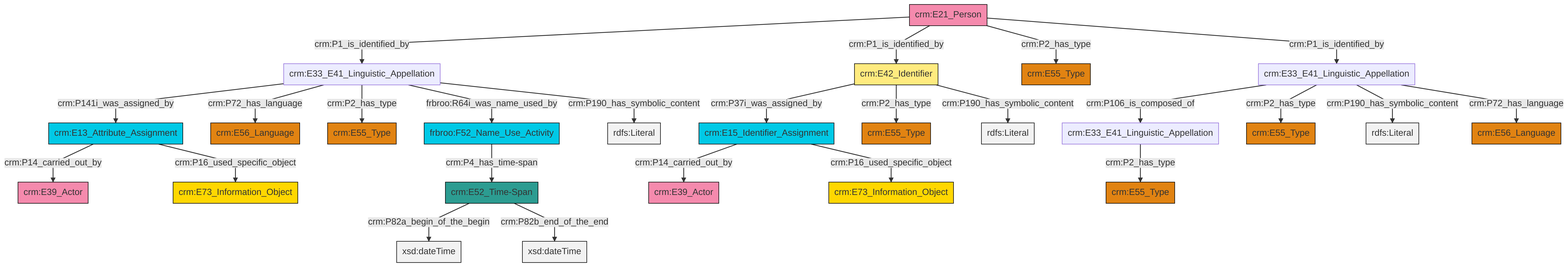
The Mermaid diagram et/personCSV/ttl/mmd/png/Person_Names_and_Classification.png in swiss-art-research-net/docs.swissartresearch, before a commit. Its source is kept beside it as et/personCSV/ttl/mmd/Person_Names_and_Classification.ttl.mmd.
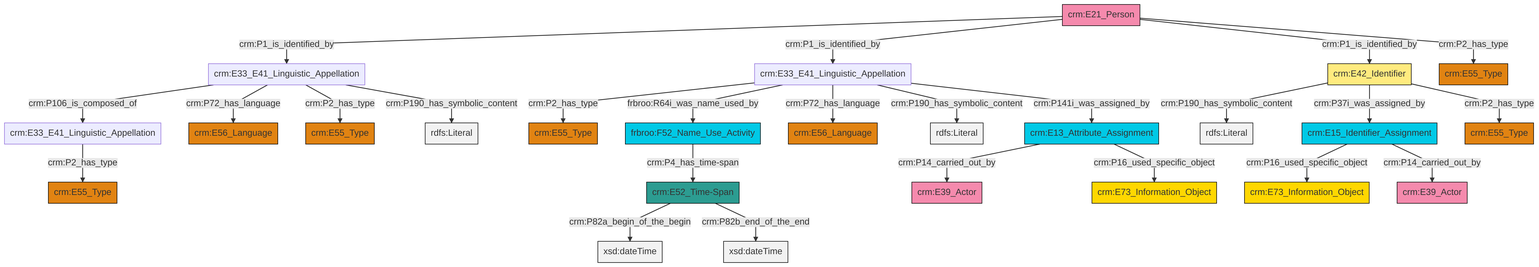
Later version of the same file.

The edit, as a diff of the source:
```diff
@@ -13,27 +13,27 @@
 classDef PC_Classes fill:#4ce600, stroke:#000000;
 classDef Multi fill:#cccccc,stroke:#000000;
 
-0["crm:E33_E41_Linguistic_Appellation"]:::Default -->|crm:P141i_was_assigned_by| 1["crm:E13_Attribute_Assignment"]:::Temporal_Entity
+0["crm:E33_E41_Linguistic_Appellation"]:::Default -->|crm:P2_has_type| 1["crm:E55_Type"]:::Type
+6["crm:E15_Identifier_Assignment"]:::Temporal_Entity -->|crm:P16_used_specific_object| 7["crm:E73_Information_Object"]:::Conceptual_Object
+8["crm:E33_E41_Linguistic_Appellation"]:::Default -->|crm:P106_is_composed_of| 9["crm:E33_E41_Linguistic_Appellation"]:::Default
+0["crm:E33_E41_Linguistic_Appellation"]:::Default -->|frbroo:R64i_was_name_used_by| 13["frbroo:F52_Name_Use_Activity"]:::Temporal_Entity
+9["crm:E33_E41_Linguistic_Appellation"]:::Default -->|crm:P2_has_type| 14["crm:E55_Type"]:::Type
+8["crm:E33_E41_Linguistic_Appellation"]:::Default -->|crm:P72_has_language| 4["crm:E56_Language"]:::Type
+0["crm:E33_E41_Linguistic_Appellation"]:::Default -->|crm:P72_has_language| 15["crm:E56_Language"]:::Type
+11["crm:E42_Identifier"]:::Appellation -->|crm:P190_has_symbolic_content| 17[rdfs:Literal]:::Literal
+0["crm:E33_E41_Linguistic_Appellation"]:::Default -->|crm:P190_has_symbolic_content| 20[rdfs:Literal]:::Literal
+11["crm:E42_Identifier"]:::Appellation -->|crm:P37i_was_assigned_by| 6["crm:E15_Identifier_Assignment"]:::Temporal_Entity
+18["crm:E13_Attribute_Assignment"]:::Temporal_Entity -->|crm:P14_carried_out_by| 21["crm:E39_Actor"]:::Actor
+18["crm:E13_Attribute_Assignment"]:::Temporal_Entity -->|crm:P16_used_specific_object| 28["crm:E73_Information_Object"]:::Conceptual_Object
+6["crm:E15_Identifier_Assignment"]:::Temporal_Entity -->|crm:P14_carried_out_by| 32["crm:E39_Actor"]:::Actor
+8["crm:E33_E41_Linguistic_Appellation"]:::Default -->|crm:P2_has_type| 25["crm:E55_Type"]:::Type
+2["crm:E21_Person"]:::Actor -->|crm:P1_is_identified_by| 8["crm:E33_E41_Linguistic_Appellation"]:::Default
+0["crm:E33_E41_Linguistic_Appellation"]:::Default -->|crm:P141i_was_assigned_by| 18["crm:E13_Attribute_Assignment"]:::Temporal_Entity
+13["frbroo:F52_Name_Use_Activity"]:::Temporal_Entity -->|crm:P4_has_time-span| 33["crm:E52_Time-Span"]:::Time-Span
 2["crm:E21_Person"]:::Actor -->|crm:P1_is_identified_by| 0["crm:E33_E41_Linguistic_Appellation"]:::Default
-3["crm:E33_E41_Linguistic_Appellation"]:::Default -->|crm:P106_is_composed_of| 4["crm:E33_E41_Linguistic_Appellation"]:::Default
-5["crm:E52_Time-Span"]:::Time-Span -->|crm:P82a_begin_of_the_begin| 6[xsd:dateTime]:::Literal
-3["crm:E33_E41_Linguistic_Appellation"]:::Default -->|crm:P2_has_type| 7["crm:E55_Type"]:::Type
-0["crm:E33_E41_Linguistic_Appellation"]:::Default -->|crm:P72_has_language| 10["crm:E56_Language"]:::Type
-17["crm:E15_Identifier_Assignment"]:::Temporal_Entity -->|crm:P14_carried_out_by| 21["crm:E39_Actor"]:::Actor
-0["crm:E33_E41_Linguistic_Appellation"]:::Default -->|crm:P2_has_type| 23["crm:E55_Type"]:::Type
-2["crm:E21_Person"]:::Actor -->|crm:P1_is_identified_by| 19["crm:E42_Identifier"]:::Appellation
-3["crm:E33_E41_Linguistic_Appellation"]:::Default -->|crm:P190_has_symbolic_content| 30[rdfs:Literal]:::Literal
-17["crm:E15_Identifier_Assignment"]:::Temporal_Entity -->|crm:P16_used_specific_object| 8["crm:E73_Information_Object"]:::Conceptual_Object
-2["crm:E21_Person"]:::Actor -->|crm:P2_has_type| 27["crm:E55_Type"]:::Type
-0["crm:E33_E41_Linguistic_Appellation"]:::Default -->|frbroo:R64i_was_name_used_by| 31["frbroo:F52_Name_Use_Activity"]:::Temporal_Entity
-5["crm:E52_Time-Span"]:::Time-Span -->|crm:P82b_end_of_the_end| 32[xsd:dateTime]:::Literal
-1["crm:E13_Attribute_Assignment"]:::Temporal_Entity -->|crm:P14_carried_out_by| 15["crm:E39_Actor"]:::Actor
-1["crm:E13_Attribute_Assignment"]:::Temporal_Entity -->|crm:P16_used_specific_object| 33["crm:E73_Information_Object"]:::Conceptual_Object
-4["crm:E33_E41_Linguistic_Appellation"]:::Default -->|crm:P2_has_type| 13["crm:E55_Type"]:::Type
-2["crm:E21_Person"]:::Actor -->|crm:P1_is_identified_by| 3["crm:E33_E41_Linguistic_Appellation"]:::Default
-31["frbroo:F52_Name_Use_Activity"]:::Temporal_Entity -->|crm:P4_has_time-span| 5["crm:E52_Time-Span"]:::Time-Span
-19["crm:E42_Identifier"]:::Appellation -->|crm:P37i_was_assigned_by| 17["crm:E15_Identifier_Assignment"]:::Temporal_Entity
-19["crm:E42_Identifier"]:::Appellation -->|crm:P2_has_type| 38["crm:E55_Type"]:::Type
-3["crm:E33_E41_Linguistic_Appellation"]:::Default -->|crm:P72_has_language| 11["crm:E56_Language"]:::Type
-19["crm:E42_Identifier"]:::Appellation -->|crm:P190_has_symbolic_content| 45[rdfs:Literal]:::Literal
-0["crm:E33_E41_Linguistic_Appellation"]:::Default -->|crm:P190_has_symbolic_content| 46[rdfs:Literal]:::Literal
+2["crm:E21_Person"]:::Actor -->|crm:P1_is_identified_by| 11["crm:E42_Identifier"]:::Appellation
+8["crm:E33_E41_Linguistic_Appellation"]:::Default -->|crm:P190_has_symbolic_content| 38[rdfs:Literal]:::Literal
+33["crm:E52_Time-Span"]:::Time-Span -->|crm:P82a_begin_of_the_begin| 39[xsd:dateTime]:::Literal
+2["crm:E21_Person"]:::Actor -->|crm:P2_has_type| 40["crm:E55_Type"]:::Type
+11["crm:E42_Identifier"]:::Appellation -->|crm:P2_has_type| 36["crm:E55_Type"]:::Type
+33["crm:E52_Time-Span"]:::Time-Span -->|crm:P82b_end_of_the_end| 42[xsd:dateTime]:::Literal
```
